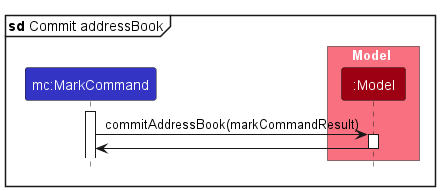
Above: docs/assets/dg/SDCommitAddressbook.png in shamesjen/tp (PlantUML), before the change.
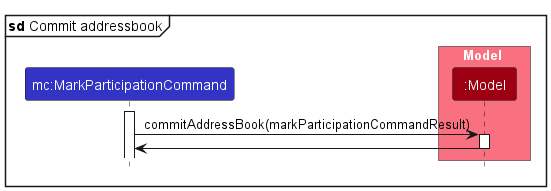
After the change.

What changed in the source:
```diff
@@ -3,19 +3,19 @@
 skinparam ArrowFontStyle plain
 skinparam sequenceReferenceBackgroundColor white
 
-mainframe: **sd** Commit addressBook
+mainframe: **sd** Commit addressbook
 
-participant "mc:MarkCommand" as MarkCommand LOGIC_COLOR
+participant "mc:MarkParticipationCommand" as MarkParticipationCommand LOGIC_COLOR
 
 box Model MODEL_COLOR_T1
 participant ":Model" as Model MODEL_COLOR
 end box
 
-activate MarkCommand
-MarkCommand -> Model : commitAddressBook(markCommandResult)
+activate MarkParticipationCommand
+MarkParticipationCommand -> Model : commitAddressBook(markParticipationCommandResult)
 activate Model
 
-Model -> MarkCommand
+Model -> MarkParticipationCommand
 deactivate Model
 
 @enduml
```
